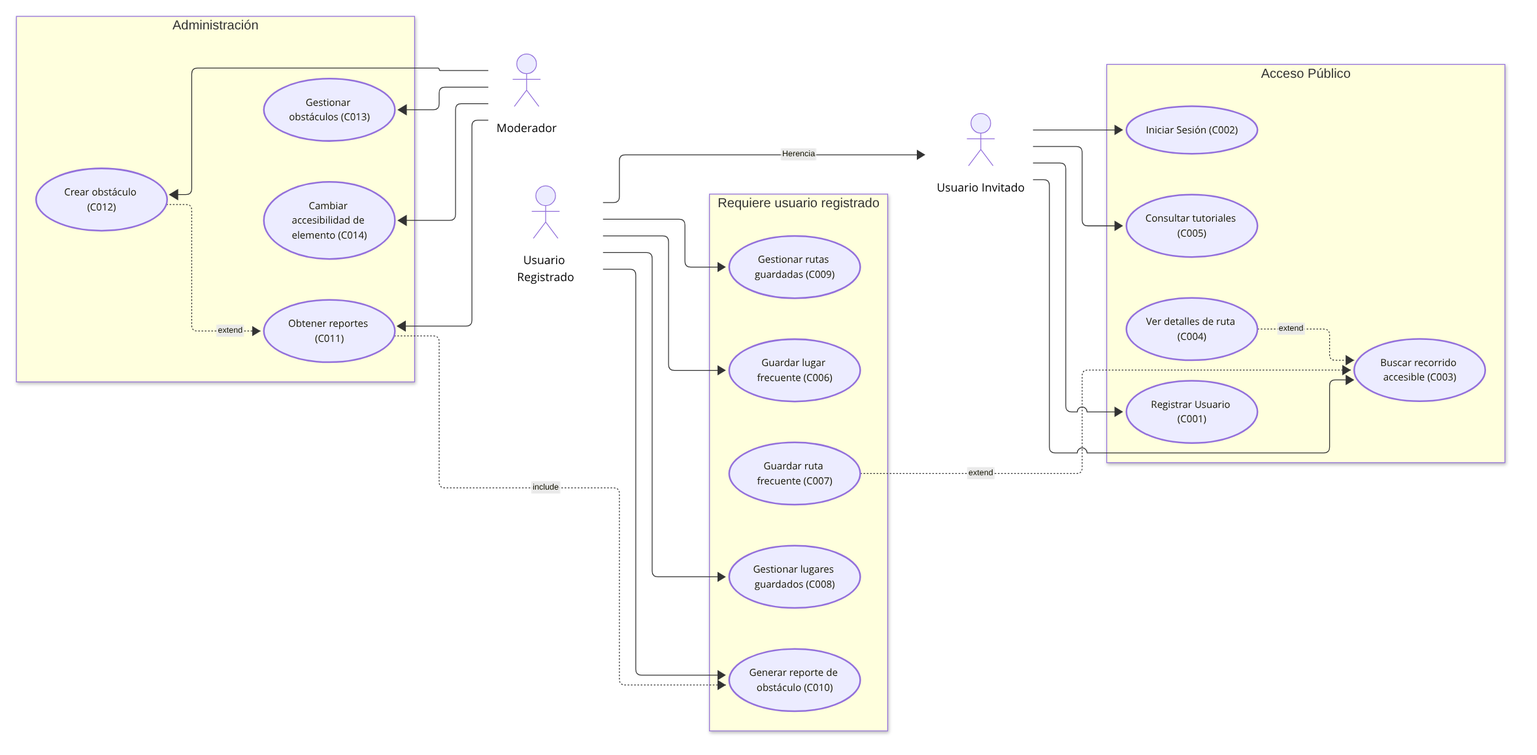
The Mermaid diagram docs/diagrams/imgs/02-casos_uso.png in BLP-Technologies/rodando-x-mza, before a commit. Its source is kept beside it as docs/diagrams/02-casos_uso.mmd.
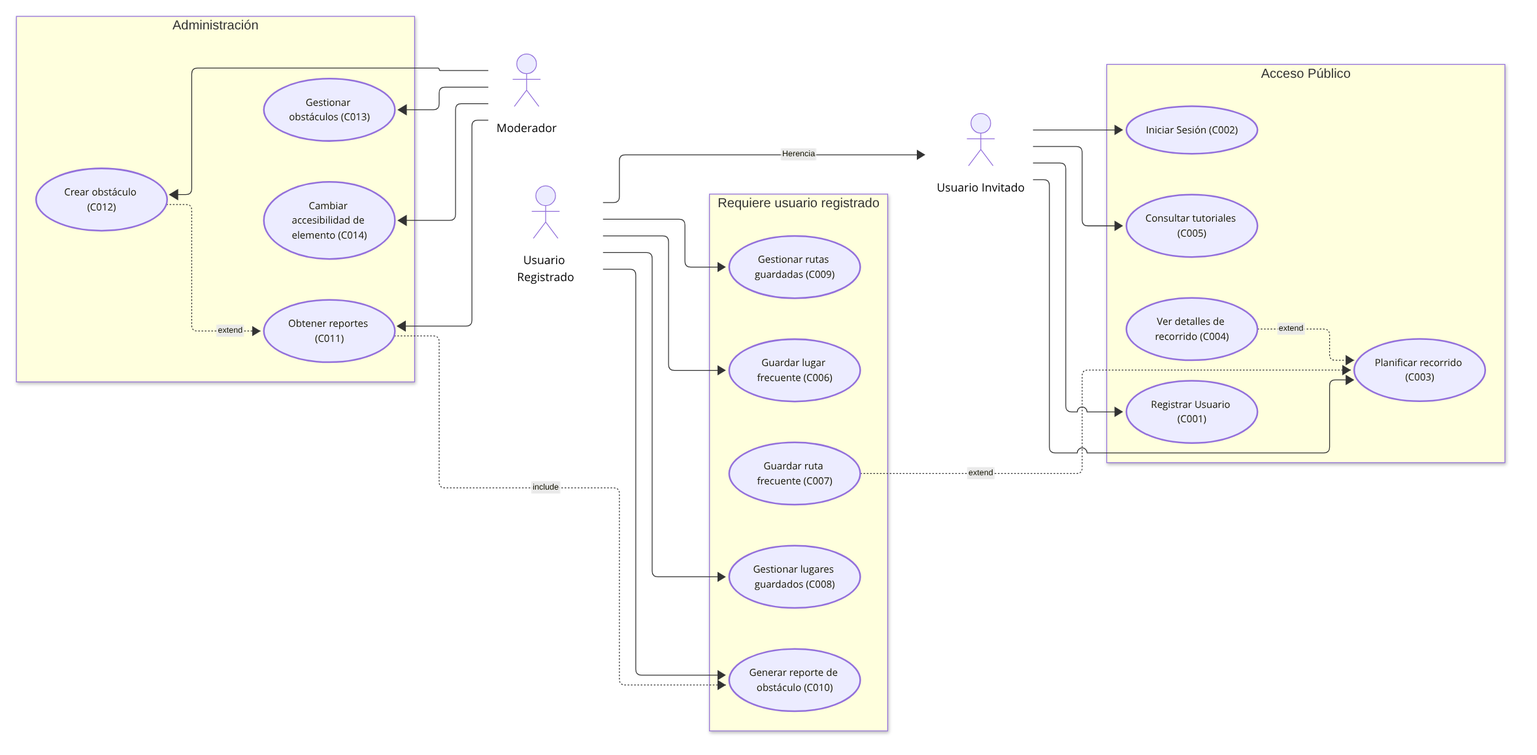
After the change.

Commit message:
docs: ajuste en diagrama casos de uso

What changed in the source:
```diff
@@ -10,8 +10,8 @@
 systemBoundary "Acceso Público"
   Register("Registrar Usuario (C001)")
   Login("Iniciar Sesión (C002)")
-  SearchRoute("Buscar recorrido accesible (C003)")
-  RouteDetails("Ver detalles de ruta (C004)")
+  SearchRoute("Planificar recorrido (C003)")
+  RouteDetails("Ver detalles de recorrido (C004)")
   GetTutorials("Consultar tutoriales (C005)")
 
 end
```
